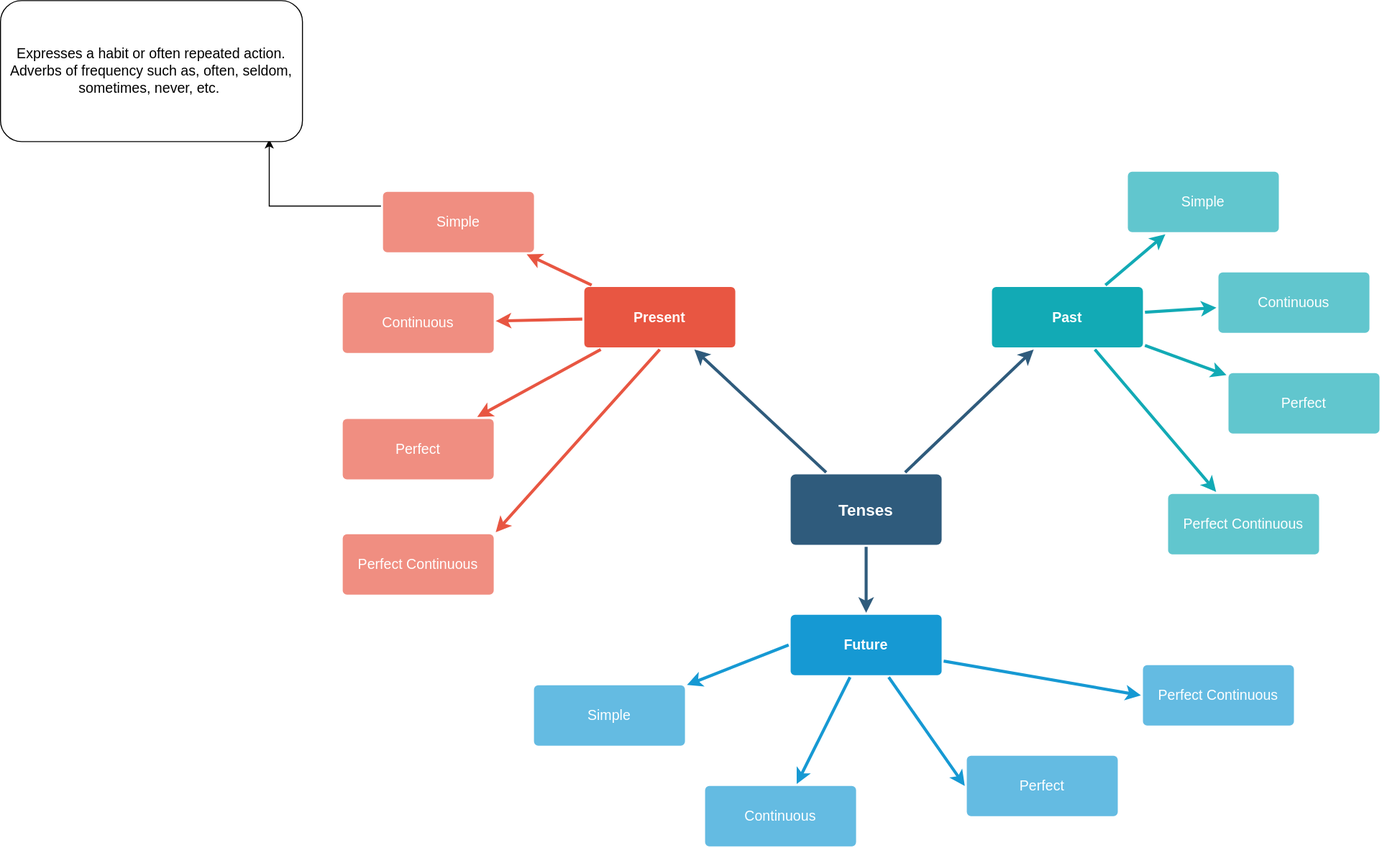
Earlier version of the draw.io export Tense.drawio.svg (mhrk04/WED10402-CE). Source tidied: cells renumbered, new cells last; positions are measured from the earlier drawing's top-left corner, leaving out a move shared by most shapes.
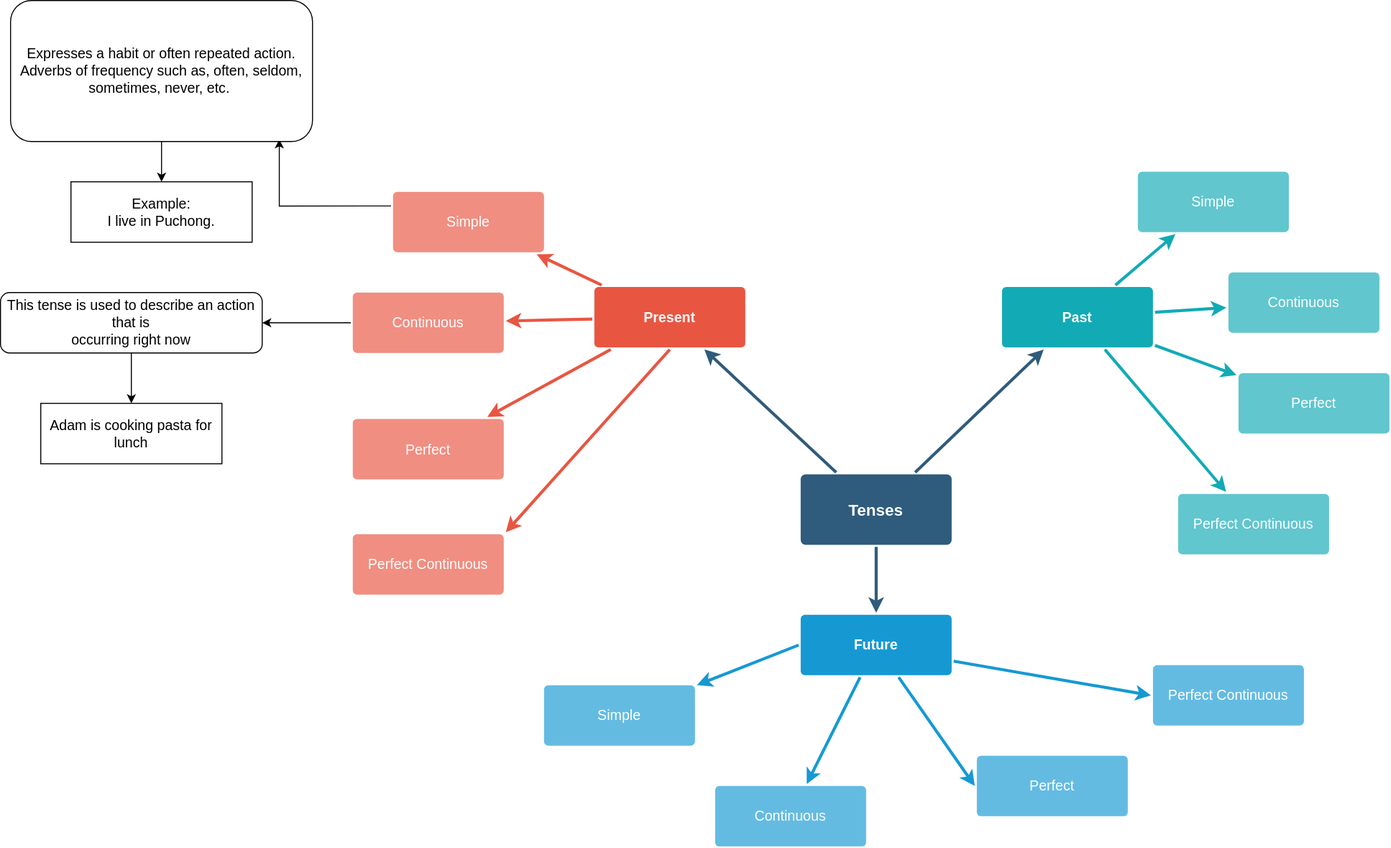
Above is the later version.

What changed in the source:
```diff
@@ -29,6 +29,9 @@
     <mxCell id="10" value="Perfect" style="rounded=1;whiteSpace=wrap;html=1;shadow=0;labelBackgroundColor=none;strokeColor=none;strokeWidth=3;fillColor=#f08e81;fontFamily=Helvetica;fontSize=14;fontColor=#FFFFFF;align=center;spacing=5;fontStyle=0;arcSize=7;perimeterSpacing=2;" parent="1" vertex="1">
       <mxGeometry x="340" y="415.5" width="150" height="60" as="geometry" />
     </mxCell>
+    <mxCell id="35" style="edgeStyle=orthogonalEdgeStyle;rounded=0;jettySize=auto;html=1;exitX=0;exitY=0.5;exitDx=0;exitDy=0;entryX=1;entryY=0.5;entryDx=0;entryDy=0;fontSize=14;" parent="1" edge="1" source="11" target="39">
+      <mxGeometry relative="1" as="geometry" />
+    </mxCell>
     <mxCell id="11" value="Continuous" style="rounded=1;whiteSpace=wrap;html=1;shadow=0;labelBackgroundColor=none;strokeColor=none;strokeWidth=3;fillColor=#f08e81;fontFamily=Helvetica;fontSize=14;fontColor=#FFFFFF;align=center;spacing=5;fontStyle=0;arcSize=7;perimeterSpacing=2;" parent="1" vertex="1">
       <mxGeometry x="340" y="290" width="150" height="60" as="geometry" />
     </mxCell>
@@ -98,8 +101,23 @@
     <mxCell id="33" style="edgeStyle=none;rounded=0;jumpStyle=none;html=1;shadow=0;labelBackgroundColor=none;startArrow=none;startFill=0;endArrow=classic;endFill=1;jettySize=auto;strokeColor=#1699D3;strokeWidth=3;fontFamily=Helvetica;fontSize=14;fontColor=#FFFFFF;spacing=5;entryX=0;entryY=0.5;entryDx=0;entryDy=0;exitX=1;exitY=0.75;exitDx=0;exitDy=0;" parent="1" edge="1" source="17" target="32">
       <mxGeometry relative="1" as="geometry" />
     </mxCell>
+    <mxCell id="36" style="edgeStyle=orthogonalEdgeStyle;rounded=0;jettySize=auto;html=1;exitX=0.5;exitY=1;exitDx=0;exitDy=0;fontSize=14;" parent="1" edge="1" source="34" target="37">
+      <mxGeometry relative="1" as="geometry" />
+    </mxCell>
     <mxCell id="34" value="Expresses a habit or often repeated action.&lt;br style=&quot;font-size: 14px;&quot;&gt;Adverbs of frequency such as, often, seldom,&lt;br style=&quot;font-size: 14px;&quot;&gt;sometimes, never, etc.&amp;nbsp;" style="rounded=1;whiteSpace=wrap;html=1;fontSize=14;" parent="1" vertex="1">
       <mxGeometry width="300" height="140" as="geometry" />
     </mxCell>
+    <mxCell id="37" value="Example:&lt;br&gt;I live in Puchong." style="rounded=0;whiteSpace=wrap;html=1;fontSize=14;" parent="1" vertex="1">
+      <mxGeometry x="60" y="180" width="180" height="60" as="geometry" />
+    </mxCell>
+    <mxCell id="38" style="edgeStyle=orthogonalEdgeStyle;rounded=0;jettySize=auto;html=1;exitX=0.5;exitY=1;exitDx=0;exitDy=0;entryX=0.5;entryY=0;entryDx=0;entryDy=0;fontSize=14;" parent="1" edge="1" source="39" target="40">
+      <mxGeometry relative="1" as="geometry" />
+    </mxCell>
+    <mxCell id="39" value="This tense is used to describe an action that is&lt;br/&gt;occurring right now" style="rounded=1;whiteSpace=wrap;html=1;fontSize=14;" parent="1" vertex="1">
+      <mxGeometry x="-10" y="290" width="260" height="60" as="geometry" />
+    </mxCell>
+    <mxCell id="40" value="Adam is cooking pasta for lunch" style="rounded=0;whiteSpace=wrap;html=1;fontSize=14;" parent="1" vertex="1">
+      <mxGeometry x="30" y="400" width="180" height="60" as="geometry" />
+    </mxCell>
   </root>
 </mxGraphModel>
```
